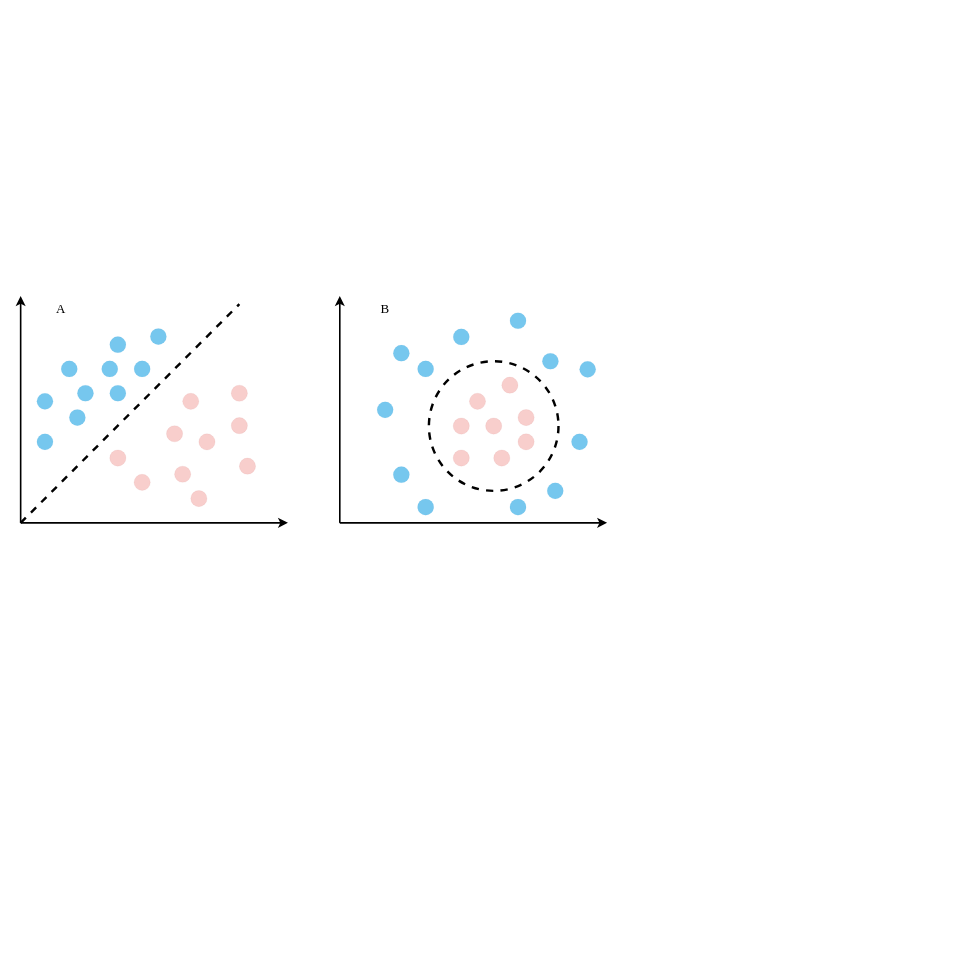
Before: SVM.drawio in wangrui99/algs4, a draw.io diagram. Source tidied: cells renumbered, new cells numbered last; positions are measured from the earlier drawing's top-left corner, leaving out a move shared by most shapes. Both pictures are drawn from the tidied source at 81%, with x=0, y=0 at pixel (20, 296).
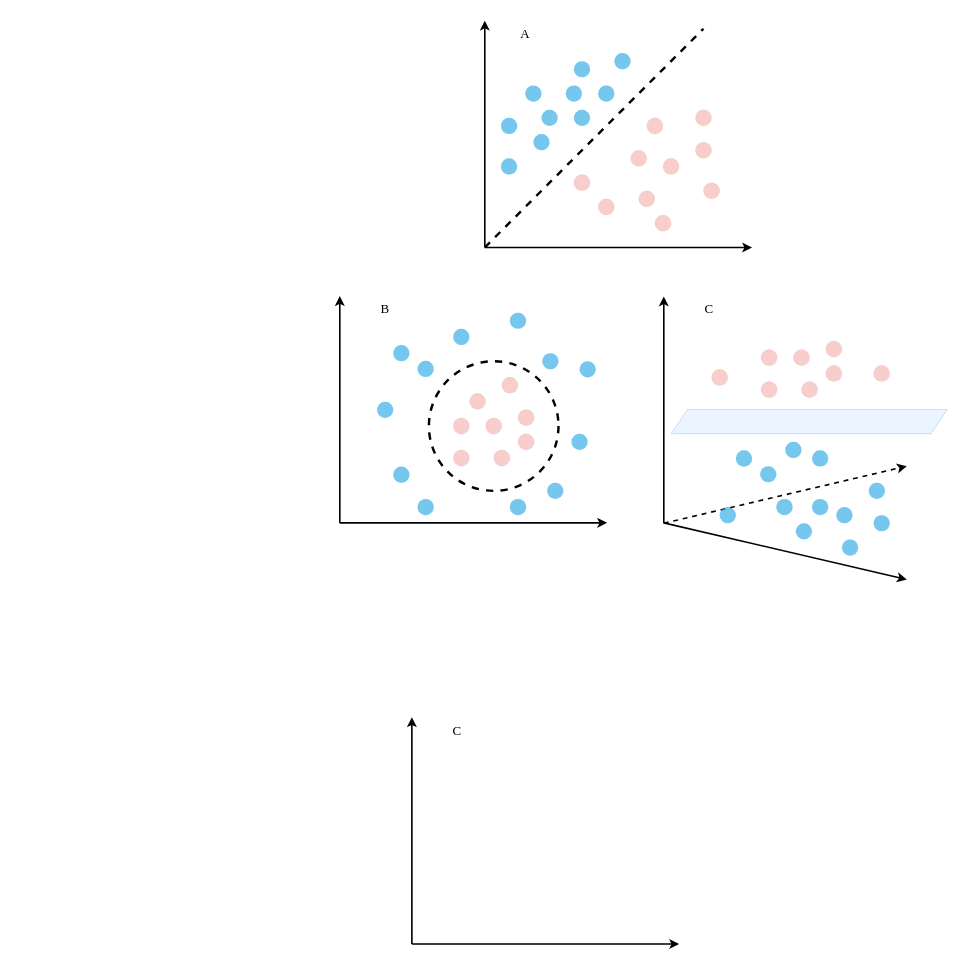
The same page after the edit.

The edit, as a diff of the source:
```diff
@@
     <mxCell id="3" style="endArrow=classic;html=1;rounded=0;strokeWidth=2;" parent="1" edge="1">
       <mxGeometry relative="1" as="geometry">
-        <mxPoint y="280" as="sourcePoint" />
-        <mxPoint as="targetPoint" />
+        <mxPoint x="573" y="-60" as="sourcePoint" />
+        <mxPoint x="573" y="-340" as="targetPoint" />
       </mxGeometry>
     </mxCell>
     <mxCell id="4" style="endArrow=classic;html=1;rounded=0;strokeWidth=2;" parent="1" edge="1">
       <mxGeometry relative="1" as="geometry">
-        <mxPoint y="280" as="sourcePoint" />
-        <mxPoint x="330" y="280" as="targetPoint" />
+        <mxPoint x="573" y="-60" as="sourcePoint" />
+        <mxPoint x="903" y="-60" as="targetPoint" />
       </mxGeometry>
     </mxCell>
     <mxCell id="5" style="ellipse;whiteSpace=wrap;html=1;fillColor=#1ba1e2;strokeColor=#006EAF;strokeWidth=0;fontColor=#ffffff;opacity=60;" parent="1" vertex="1">
-      <mxGeometry x="50" y="80" width="20" height="20" as="geometry" />
+      <mxGeometry x="623" y="-260" width="20" height="20" as="geometry" />
     </mxCell>
     <mxCell id="6" style="ellipse;whiteSpace=wrap;html=1;fillColor=#f8cecc;strokeColor=#b85450;strokeWidth=0;" parent="1" vertex="1">
-      <mxGeometry x="200" y="120" width="20" height="20" as="geometry" />
+      <mxGeometry x="773" y="-220" width="20" height="20" as="geometry" />
     </mxCell>
     <mxCell id="7" style="endArrow=none;dashed=1;html=1;strokeWidth=3;rounded=0;" parent="1" edge="1">
       <mxGeometry relative="1" as="geometry">
-        <mxPoint y="280" as="sourcePoint" />
-        <mxPoint x="270" y="10" as="targetPoint" />
+        <mxPoint x="573" y="-60" as="sourcePoint" />
+        <mxPoint x="843" y="-330" as="targetPoint" />
       </mxGeometry>
     </mxCell>
     <mxCell id="8" style="ellipse;whiteSpace=wrap;html=1;fillColor=#f8cecc;strokeColor=#b85450;strokeWidth=0;" parent="1" vertex="1">
-      <mxGeometry x="180" y="160" width="20" height="20" as="geometry" />
+      <mxGeometry x="753" y="-180" width="20" height="20" as="geometry" />
     </mxCell>
     <mxCell id="9" style="ellipse;whiteSpace=wrap;html=1;fillColor=#f8cecc;strokeColor=#b85450;strokeWidth=0;" parent="1" vertex="1">
-      <mxGeometry x="220" y="170" width="20" height="20" as="geometry" />
+      <mxGeometry x="793" y="-170" width="20" height="20" as="geometry" />
     </mxCell>
     <mxCell id="10" style="ellipse;whiteSpace=wrap;html=1;fillColor=#f8cecc;strokeColor=#b85450;strokeWidth=0;" parent="1" vertex="1">
-      <mxGeometry x="140" y="220" width="20" height="20" as="geometry" />
+      <mxGeometry x="713" y="-120" width="20" height="20" as="geometry" />
     </mxCell>
     <mxCell id="11" style="ellipse;whiteSpace=wrap;html=1;fillColor=#f8cecc;strokeColor=#b85450;strokeWidth=0;" parent="1" vertex="1">
-      <mxGeometry x="260" y="110" width="20" height="20" as="geometry" />
+      <mxGeometry x="833" y="-230" width="20" height="20" as="geometry" />
     </mxCell>
     <mxCell id="12" style="ellipse;whiteSpace=wrap;html=1;fillColor=#f8cecc;strokeColor=#b85450;strokeWidth=0;" parent="1" vertex="1">
-      <mxGeometry x="270" y="200" width="20" height="20" as="geometry" />
+      <mxGeometry x="843" y="-140" width="20" height="20" as="geometry" />
     </mxCell>
     <mxCell id="13" style="ellipse;whiteSpace=wrap;html=1;fillColor=#f8cecc;strokeColor=#b85450;strokeWidth=0;" parent="1" vertex="1">
-      <mxGeometry x="210" y="240" width="20" height="20" as="geometry" />
+      <mxGeometry x="783" y="-100" width="20" height="20" as="geometry" />
     </mxCell>
     <mxCell id="14" style="ellipse;whiteSpace=wrap;html=1;fillColor=#f8cecc;strokeColor=#b85450;strokeWidth=0;" parent="1" vertex="1">
-      <mxGeometry x="260" y="150" width="20" height="20" as="geometry" />
+      <mxGeometry x="833" y="-190" width="20" height="20" as="geometry" />
     </mxCell>
     <mxCell id="15" style="ellipse;whiteSpace=wrap;html=1;fillColor=#1ba1e2;strokeColor=#006EAF;strokeWidth=0;fontColor=#ffffff;opacity=60;" parent="1" vertex="1">
-      <mxGeometry x="110" y="50" width="20" height="20" as="geometry" />
+      <mxGeometry x="683" y="-290" width="20" height="20" as="geometry" />
     </mxCell>
     <mxCell id="16" style="ellipse;whiteSpace=wrap;html=1;fillColor=#1ba1e2;strokeColor=#006EAF;strokeWidth=0;fontColor=#ffffff;opacity=60;" parent="1" vertex="1">
-      <mxGeometry x="20" y="170" width="20" height="20" as="geometry" />
+      <mxGeometry x="593" y="-170" width="20" height="20" as="geometry" />
     </mxCell>
     <mxCell id="17" style="ellipse;whiteSpace=wrap;html=1;fillColor=#1ba1e2;strokeColor=#006EAF;strokeWidth=0;fontColor=#ffffff;opacity=60;" parent="1" vertex="1">
-      <mxGeometry x="110" y="110" width="20" height="20" as="geometry" />
+      <mxGeometry x="683" y="-230" width="20" height="20" as="geometry" />
     </mxCell>
     <mxCell id="18" style="ellipse;whiteSpace=wrap;html=1;fillColor=#1ba1e2;strokeColor=#006EAF;strokeWidth=0;fontColor=#ffffff;opacity=60;" parent="1" vertex="1">
-      <mxGeometry x="140" y="80" width="20" height="20" as="geometry" />
+      <mxGeometry x="713" y="-260" width="20" height="20" as="geometry" />
     </mxCell>
     <mxCell id="19" style="ellipse;whiteSpace=wrap;html=1;fillColor=#1ba1e2;strokeColor=#006EAF;strokeWidth=0;fontColor=#ffffff;opacity=60;" parent="1" vertex="1">
-      <mxGeometry x="100" y="80" width="20" height="20" as="geometry" />
+      <mxGeometry x="673" y="-260" width="20" height="20" as="geometry" />
     </mxCell>
     <mxCell id="20" style="ellipse;whiteSpace=wrap;html=1;fillColor=#1ba1e2;strokeColor=#006EAF;strokeWidth=0;fontColor=#ffffff;opacity=60;" parent="1" vertex="1">
-      <mxGeometry x="70" y="110" width="20" height="20" as="geometry" />
+      <mxGeometry x="643" y="-230" width="20" height="20" as="geometry" />
     </mxCell>
     <mxCell id="21" style="ellipse;whiteSpace=wrap;html=1;fillColor=#1ba1e2;strokeColor=#006EAF;strokeWidth=0;fontColor=#ffffff;opacity=60;" parent="1" vertex="1">
-      <mxGeometry x="20" y="120" width="20" height="20" as="geometry" />
+      <mxGeometry x="593" y="-220" width="20" height="20" as="geometry" />
     </mxCell>
     <mxCell id="22" style="ellipse;whiteSpace=wrap;html=1;fillColor=#1ba1e2;strokeColor=#006EAF;strokeWidth=0;fontColor=#ffffff;opacity=60;" parent="1" vertex="1">
-      <mxGeometry x="60" y="140" width="20" height="20" as="geometry" />
+      <mxGeometry x="633" y="-200" width="20" height="20" as="geometry" />
     </mxCell>
@@
     <mxCell id="45" style="ellipse;whiteSpace=wrap;html=1;fillColor=#f8cecc;strokeColor=#b85450;strokeWidth=0;" parent="1" vertex="1">
-      <mxGeometry x="190" y="210" width="20" height="20" as="geometry" />
+      <mxGeometry x="763" y="-130" width="20" height="20" as="geometry" />
     </mxCell>
     <mxCell id="46" style="ellipse;whiteSpace=wrap;html=1;fillColor=#f8cecc;strokeColor=#b85450;strokeWidth=0;" parent="1" vertex="1">
-      <mxGeometry x="110" y="190" width="20" height="20" as="geometry" />
+      <mxGeometry x="683" y="-150" width="20" height="20" as="geometry" />
     </mxCell>
     <mxCell id="47" style="ellipse;whiteSpace=wrap;html=1;fillColor=#1ba1e2;strokeColor=#006EAF;strokeWidth=0;fontColor=#ffffff;opacity=60;" parent="1" vertex="1">
-      <mxGeometry x="160" y="40" width="20" height="20" as="geometry" />
+      <mxGeometry x="733" y="-300" width="20" height="20" as="geometry" />
     </mxCell>
     <mxCell id="48" value="&lt;font style=&quot;font-size: 16px;&quot; face=&quot;Times New Roman&quot;&gt;A&lt;/font&gt;" style="text;html=1;strokeColor=none;fillColor=none;align=center;verticalAlign=middle;whiteSpace=wrap;rounded=0;" parent="1" vertex="1">
-      <mxGeometry x="20" y="0.5" width="60" height="30" as="geometry" />
+      <mxGeometry x="593" y="-339.5" width="60" height="30" as="geometry" />
     </mxCell>
@@
+    <mxCell id="50" style="endArrow=classic;html=1;rounded=0;strokeWidth=2;" parent="1" edge="1">
+      <mxGeometry relative="1" as="geometry">
+        <mxPoint x="794" y="280.5" as="sourcePoint" />
+        <mxPoint x="794" y="0.5" as="targetPoint" />
+      </mxGeometry>
+    </mxCell>
+    <mxCell id="51" style="endArrow=classic;html=1;rounded=0;strokeWidth=2;dashed=1;" parent="1" edge="1">
+      <mxGeometry relative="1" as="geometry">
+        <mxPoint x="794" y="280.5" as="sourcePoint" />
+        <mxPoint x="1094" y="210" as="targetPoint" />
+      </mxGeometry>
+    </mxCell>
+    <mxCell id="52" value="&lt;font style=&quot;font-size: 16px;&quot; face=&quot;Times New Roman&quot;&gt;C&lt;/font&gt;" style="text;html=1;strokeColor=none;fillColor=none;align=center;verticalAlign=middle;whiteSpace=wrap;rounded=0;" parent="1" vertex="1">
+      <mxGeometry x="820" y="1" width="60" height="30" as="geometry" />
+    </mxCell>
+    <mxCell id="53" style="endArrow=classic;html=1;rounded=0;strokeWidth=2;" parent="1" edge="1">
+      <mxGeometry relative="1" as="geometry">
+        <mxPoint x="483" y="800" as="sourcePoint" />
+        <mxPoint x="483" y="520" as="targetPoint" />
+      </mxGeometry>
+    </mxCell>
+    <mxCell id="54" style="endArrow=classic;html=1;rounded=0;strokeWidth=2;" parent="1" edge="1">
+      <mxGeometry relative="1" as="geometry">
+        <mxPoint x="483" y="800" as="sourcePoint" />
+        <mxPoint x="813" y="800" as="targetPoint" />
+      </mxGeometry>
+    </mxCell>
+    <mxCell id="55" style="ellipse;whiteSpace=wrap;html=1;fillColor=#1ba1e2;strokeColor=#006EAF;strokeWidth=0;fontColor=#ffffff;opacity=60;" parent="1" vertex="1">
+      <mxGeometry x="1007" y="260.5" width="20" height="20" as="geometry" />
+    </mxCell>
+    <mxCell id="56" style="ellipse;whiteSpace=wrap;html=1;fillColor=#f8cecc;strokeColor=#b85450;strokeWidth=0;" parent="1" vertex="1">
+      <mxGeometry x="853" y="90.5" width="20" height="20" as="geometry" />
+    </mxCell>
+    <mxCell id="57" style="ellipse;whiteSpace=wrap;html=1;fillColor=#f8cecc;strokeColor=#b85450;strokeWidth=0;" parent="1" vertex="1">
+      <mxGeometry x="914" y="66" width="20" height="20" as="geometry" />
+    </mxCell>
+    <mxCell id="58" style="ellipse;whiteSpace=wrap;html=1;fillColor=#f8cecc;strokeColor=#b85450;strokeWidth=0;" parent="1" vertex="1">
+      <mxGeometry x="994" y="85.5" width="20" height="20" as="geometry" />
+    </mxCell>
+    <mxCell id="59" style="ellipse;whiteSpace=wrap;html=1;fillColor=#f8cecc;strokeColor=#b85450;strokeWidth=0;" parent="1" vertex="1">
+      <mxGeometry x="914" y="105.5" width="20" height="20" as="geometry" />
+    </mxCell>
+    <mxCell id="60" style="ellipse;whiteSpace=wrap;html=1;fillColor=#f8cecc;strokeColor=#b85450;strokeWidth=0;" parent="1" vertex="1">
+      <mxGeometry x="954" y="66" width="20" height="20" as="geometry" />
+    </mxCell>
+    <mxCell id="61" style="ellipse;whiteSpace=wrap;html=1;fillColor=#f8cecc;strokeColor=#b85450;strokeWidth=0;" parent="1" vertex="1">
+      <mxGeometry x="994" y="55.5" width="20" height="20" as="geometry" />
+    </mxCell>
+    <mxCell id="62" style="ellipse;whiteSpace=wrap;html=1;fillColor=#f8cecc;strokeColor=#b85450;strokeWidth=0;" parent="1" vertex="1">
+      <mxGeometry x="964" y="105.5" width="20" height="20" as="geometry" />
+    </mxCell>
+    <mxCell id="63" style="ellipse;whiteSpace=wrap;html=1;fillColor=#f8cecc;strokeColor=#b85450;strokeWidth=0;" parent="1" vertex="1">
+      <mxGeometry x="1053" y="85.5" width="20" height="20" as="geometry" />
+    </mxCell>
+    <mxCell id="64" style="ellipse;whiteSpace=wrap;html=1;fillColor=#1ba1e2;strokeColor=#006EAF;strokeWidth=0;fontColor=#ffffff;opacity=60;" parent="1" vertex="1">
+      <mxGeometry x="933" y="250.5" width="20" height="20" as="geometry" />
+    </mxCell>
+    <mxCell id="65" style="ellipse;whiteSpace=wrap;html=1;fillColor=#1ba1e2;strokeColor=#006EAF;strokeWidth=0;fontColor=#ffffff;opacity=60;" parent="1" vertex="1">
+      <mxGeometry x="863" y="260.5" width="20" height="20" as="geometry" />
+    </mxCell>
+    <mxCell id="66" style="ellipse;whiteSpace=wrap;html=1;fillColor=#1ba1e2;strokeColor=#006EAF;strokeWidth=0;fontColor=#ffffff;opacity=60;" parent="1" vertex="1">
+      <mxGeometry x="977" y="190.5" width="20" height="20" as="geometry" />
+    </mxCell>
+    <mxCell id="67" style="ellipse;whiteSpace=wrap;html=1;fillColor=#1ba1e2;strokeColor=#006EAF;strokeWidth=0;fontColor=#ffffff;opacity=60;" parent="1" vertex="1">
+      <mxGeometry x="1047" y="230.5" width="20" height="20" as="geometry" />
+    </mxCell>
+    <mxCell id="68" style="ellipse;whiteSpace=wrap;html=1;fillColor=#1ba1e2;strokeColor=#006EAF;strokeWidth=0;fontColor=#ffffff;opacity=60;" parent="1" vertex="1">
+      <mxGeometry x="1053" y="270.5" width="20" height="20" as="geometry" />
+    </mxCell>
+    <mxCell id="69" style="ellipse;whiteSpace=wrap;html=1;fillColor=#1ba1e2;strokeColor=#006EAF;strokeWidth=0;fontColor=#ffffff;opacity=60;" parent="1" vertex="1">
+      <mxGeometry x="977" y="250.5" width="20" height="20" as="geometry" />
+    </mxCell>
+    <mxCell id="70" style="ellipse;whiteSpace=wrap;html=1;fillColor=#1ba1e2;strokeColor=#006EAF;strokeWidth=0;fontColor=#ffffff;opacity=60;" parent="1" vertex="1">
+      <mxGeometry x="883" y="190.5" width="20" height="20" as="geometry" />
+    </mxCell>
+    <mxCell id="71" style="ellipse;whiteSpace=wrap;html=1;fillColor=#1ba1e2;strokeColor=#006EAF;strokeWidth=0;fontColor=#ffffff;opacity=60;" parent="1" vertex="1">
+      <mxGeometry x="944" y="180" width="20" height="20" as="geometry" />
+    </mxCell>
+    <mxCell id="72" style="ellipse;whiteSpace=wrap;html=1;fillColor=#1ba1e2;strokeColor=#006EAF;strokeWidth=0;fontColor=#ffffff;opacity=60;" parent="1" vertex="1">
+      <mxGeometry x="913" y="210" width="20" height="20" as="geometry" />
+    </mxCell>
+    <mxCell id="73" style="ellipse;whiteSpace=wrap;html=1;fillColor=#1ba1e2;strokeColor=#006EAF;strokeWidth=0;fontColor=#ffffff;opacity=60;" parent="1" vertex="1">
+      <mxGeometry x="957" y="280.5" width="20" height="20" as="geometry" />
+    </mxCell>
+    <mxCell id="74" style="ellipse;whiteSpace=wrap;html=1;fillColor=#1ba1e2;strokeColor=#006EAF;strokeWidth=0;fontColor=#ffffff;opacity=60;" parent="1" vertex="1">
+      <mxGeometry x="1014" y="300.5" width="20" height="20" as="geometry" />
+    </mxCell>
+    <mxCell id="75" value="&lt;font style=&quot;font-size: 16px;&quot; face=&quot;Times New Roman&quot;&gt;C&lt;/font&gt;" style="text;html=1;strokeColor=none;fillColor=none;align=center;verticalAlign=middle;whiteSpace=wrap;rounded=0;" parent="1" vertex="1">
+      <mxGeometry x="509" y="520.5" width="60" height="30" as="geometry" />
+    </mxCell>
+    <mxCell id="76" style="endArrow=classic;html=1;rounded=0;strokeWidth=2;" parent="1" edge="1">
+      <mxGeometry relative="1" as="geometry">
+        <mxPoint x="794" y="280" as="sourcePoint" />
+        <mxPoint x="1094" y="350" as="targetPoint" />
+      </mxGeometry>
+    </mxCell>
+    <mxCell id="77" style="shape=parallelogram;perimeter=parallelogramPerimeter;whiteSpace=wrap;html=1;fixedSize=1;opacity=40;fillColor=#cce5ff;strokeColor=#6fa5ec;" parent="1" vertex="1">
+      <mxGeometry x="803" y="140" width="341" height="30" as="geometry" />
+    </mxCell>
```
